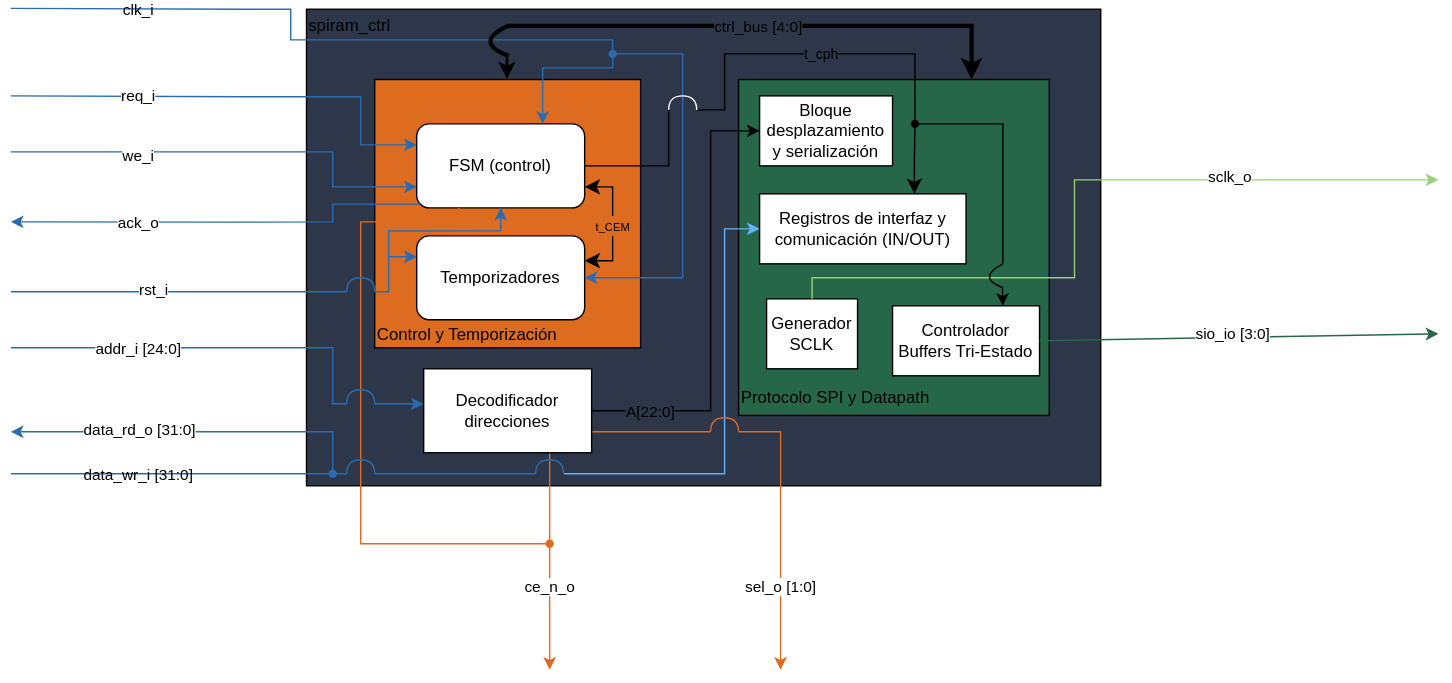
This is Images/Expanded_Box.svg from KUBIX2026/SPI_RAM, a draw.io export, as it was before one commit. Source tidied: cells renumbered, new cells last; positions are measured from the earlier drawing's top-left corner, leaving out a move shared by most shapes.
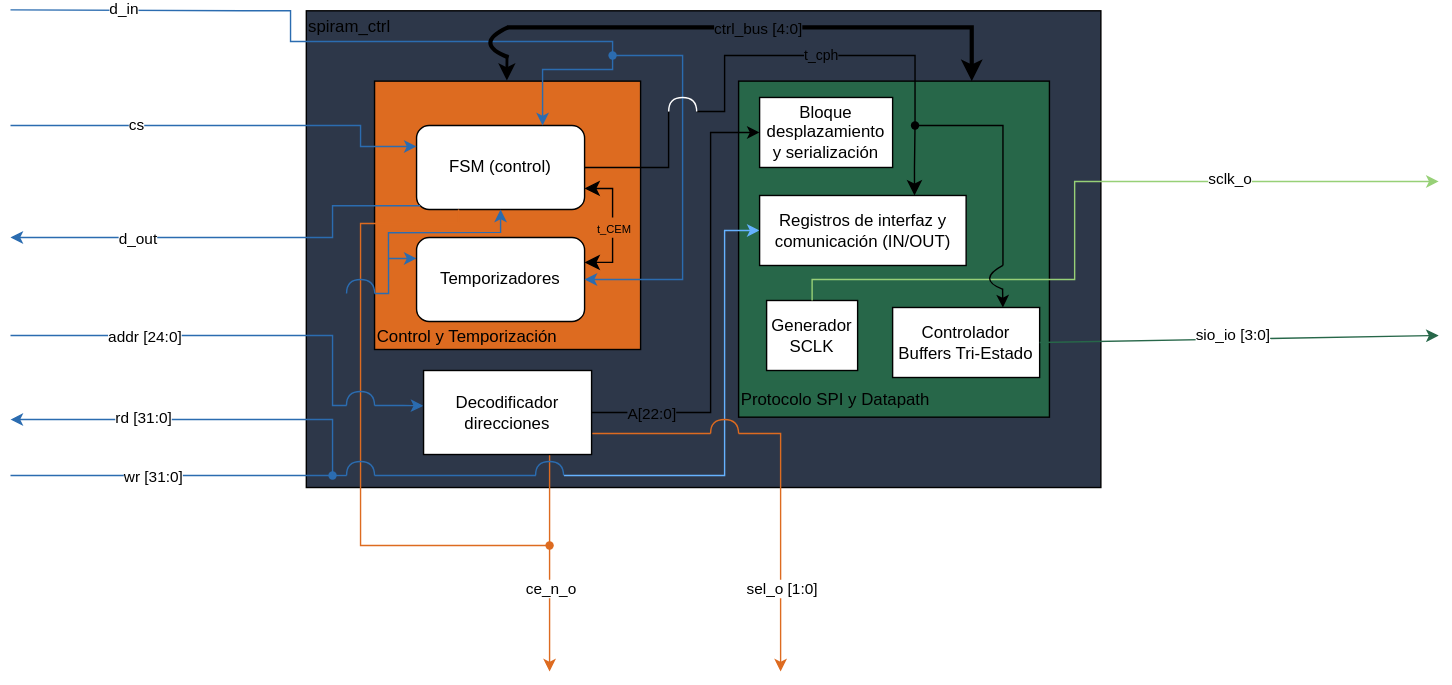
Above is the later version.

Commit message:
Correcting Expanded box diagram

Modified CPU connection lines.

Diff of the diagram source:
```diff
@@ -138,6 +138,9 @@
         </Array>
       </mxGeometry>
     </mxCell>
+    <mxCell id="73" value="d_in" style="edgeLabel;html=1;align=center;verticalAlign=middle;inheritText=1;defaultLabelBackgroundColor=page;" parent="26" vertex="1">
+      <mxGeometry x="0.65" y="-1" relative="1" as="geometry" />
+    </mxCell>
     <mxCell id="27" style="edgeStyle=none;rounded=0;jettySize=auto;html=1;exitX=1;exitY=0.5;exitDx=0;exitDy=0;defaultLabelBackgroundColor=page;strokeColor=light-dark(#2B6CB0,#2B6CB0);endArrow=none;endFill=0;startArrow=classic;startFill=1;" parent="1" edge="1" source="16" target="30">
       <mxGeometry x="-0.01" relative="1" as="geometry">
         <Array as="points">
@@ -147,11 +150,6 @@
         </Array>
       </mxGeometry>
     </mxCell>
-    <mxCell id="28" value="clk_i" style="edgeLabel;html=1;align=center;verticalAlign=middle;inheritText=1;defaultLabelBackgroundColor=page;" parent="27" vertex="1">
-      <mxGeometry x="0.09" y="-2" relative="1" as="geometry">
-        <mxPoint x="-392" y="-110" as="offset" />
-      </mxGeometry>
-    </mxCell>
     <mxCell id="29" style="edgeStyle=none;rounded=0;jettySize=auto;html=1;entryX=0.75;entryY=0;entryDx=0;entryDy=0;defaultLabelBackgroundColor=page;strokeColor=light-dark(#2B6CB0,#2B6CB0);exitX=0.548;exitY=0.584;exitDx=0;exitDy=0;exitPerimeter=0;" parent="1" edge="1" source="30" target="14">
       <mxGeometry x="0.3" relative="1" as="geometry">
         <Array as="points">
@@ -165,46 +163,32 @@
       <mxGeometry x="420" y="23" width="20" height="20" as="geometry" />
     </mxCell>
     <mxCell id="31" style="edgeStyle=none;rounded=0;jettySize=auto;html=1;exitX=0;exitY=0.25;exitDx=0;exitDy=0;defaultLabelBackgroundColor=page;strokeColor=light-dark(#2B6CB0,#2B6CB0);endArrow=none;endFill=0;startArrow=classic;startFill=1;" parent="1" edge="1" source="14">
-      <mxGeometry x="-0.67" relative="1" as="geometry">
-        <mxPoint y="63" as="targetPoint" />
+      <mxGeometry x="-0.65" relative="1" as="geometry">
+        <mxPoint y="83" as="targetPoint" />
         <Array as="points">
           <mxPoint x="250" y="98" />
-          <mxPoint x="250" y="63.7" />
-          <mxPoint x="166.4" y="63.7" />
+          <mxPoint x="250" y="83" />
+          <mxPoint x="160" y="83" />
         </Array>
       </mxGeometry>
     </mxCell>
-    <mxCell id="32" value="req_i" style="edgeLabel;html=1;align=center;verticalAlign=middle;inheritText=1;defaultLabelBackgroundColor=page;" parent="31" vertex="1">
-      <mxGeometry x="0.07" y="1" relative="1" as="geometry">
+    <mxCell id="32" value="cs" style="edgeLabel;html=1;align=center;verticalAlign=middle;inheritText=1;defaultLabelBackgroundColor=page;" parent="31" vertex="1">
+      <mxGeometry x="0.01" y="1" relative="1" as="geometry">
         <mxPoint x="-61" y="-2" as="offset" />
       </mxGeometry>
     </mxCell>
-    <mxCell id="33" style="edgeStyle=none;rounded=0;jettySize=auto;html=1;exitX=0;exitY=0.75;exitDx=0;exitDy=0;defaultLabelBackgroundColor=page;strokeColor=light-dark(#2B6CB0,#2B6CB0);startArrow=classic;startFill=1;endArrow=none;endFill=0;" parent="1" edge="1" source="14">
-      <mxGeometry x="0.78" relative="1" as="geometry">
-        <mxPoint y="103" as="targetPoint" />
-        <Array as="points">
-          <mxPoint x="230" y="128" />
-          <mxPoint x="230" y="103" />
-        </Array>
-      </mxGeometry>
-    </mxCell>
-    <mxCell id="34" value="we_i" style="edgeLabel;html=1;align=center;verticalAlign=middle;inheritText=1;defaultLabelBackgroundColor=page;" parent="33" vertex="1">
-      <mxGeometry x="0.87" y="5" relative="1" as="geometry">
-        <mxPoint x="69" y="-3" as="offset" />
-      </mxGeometry>
-    </mxCell>
     <mxCell id="35" style="edgeStyle=none;rounded=0;jettySize=auto;html=1;exitX=0;exitY=1;exitDx=0;exitDy=0;defaultLabelBackgroundColor=page;strokeColor=light-dark(#2B6CB0,#2B6CB0);" parent="1" edge="1" source="14">
-      <mxGeometry x="0.4" relative="1" as="geometry">
-        <mxPoint y="153" as="targetPoint" />
+      <mxGeometry x="0.42" relative="1" as="geometry">
+        <mxPoint y="163" as="targetPoint" />
         <Array as="points">
           <mxPoint x="230" y="140.4" />
-          <mxPoint x="230" y="153" />
-          <mxPoint x="165.9" y="153.2" />
+          <mxPoint x="230" y="163" />
+          <mxPoint x="160" y="163" />
         </Array>
       </mxGeometry>
     </mxCell>
-    <mxCell id="36" value="ack_o" style="edgeLabel;html=1;align=center;verticalAlign=middle;inheritText=1;defaultLabelBackgroundColor=page;" parent="35" vertex="1">
-      <mxGeometry x="0.53" y="1" relative="1" as="geometry">
+    <mxCell id="36" value="d_out" style="edgeLabel;html=1;align=center;verticalAlign=middle;inheritText=1;defaultLabelBackgroundColor=page;" parent="35" vertex="1">
+      <mxGeometry x="0.55" y="1" relative="1" as="geometry">
         <mxPoint x="19" y="-1" as="offset" />
       </mxGeometry>
     </mxCell>
@@ -241,14 +225,14 @@
     <mxCell id="43" style="edgeStyle=none;rounded=0;orthogonalLoop=1;jettySize=auto;html=1;defaultLabelBackgroundColor=page;strokeColor=light-dark(#2B6CB0,#2B6CB0);endArrow=none;endFill=0;startArrow=none;startFill=0;" parent="1" edge="1">
       <mxGeometry x="0.06" relative="1" as="geometry">
         <mxPoint x="240" y="283" as="sourcePoint" />
-        <mxPoint y="243" as="targetPoint" />
+        <mxPoint y="233" as="targetPoint" />
         <Array as="points">
           <mxPoint x="230" y="283" />
-          <mxPoint x="230" y="243" />
+          <mxPoint x="230" y="233" />
         </Array>
       </mxGeometry>
     </mxCell>
-    <mxCell id="44" value="addr_i [24:0]" style="edgeLabel;html=1;align=center;verticalAlign=middle;inheritText=1;defaultLabelBackgroundColor=page;" parent="43" vertex="1">
+    <mxCell id="44" value="addr [24:0]" style="edgeLabel;html=1;align=center;verticalAlign=middle;inheritText=1;defaultLabelBackgroundColor=page;" parent="43" vertex="1">
       <mxGeometry x="0.09" y="-2" relative="1" as="geometry">
         <mxPoint x="-38" y="2" as="offset" />
       </mxGeometry>
@@ -284,6 +268,9 @@
         </Array>
       </mxGeometry>
     </mxCell>
+    <mxCell id="74" value="wr [31:0]" style="edgeLabel;html=1;align=center;verticalAlign=middle;inheritText=1;defaultLabelBackgroundColor=page;" parent="48" vertex="1">
+      <mxGeometry x="0.12" relative="1" as="geometry" />
+    </mxCell>
     <mxCell id="49" style="curved=1;curveGeometry=1;endArrow=none;html=1;rounded=0;defaultLabelBackgroundColor=page;endFill=0;strokeColor=light-dark(#2B6CB0,#2B6CB0);" parent="1" edge="1">
       <mxGeometry x="-0.02" relative="1" as="geometry">
         <mxPoint x="240" y="333" as="sourcePoint" />
@@ -315,24 +302,18 @@
         <mxPoint x="240" y="333" as="sourcePoint" />
       </mxGeometry>
     </mxCell>
-    <mxCell id="53" value="data_wr_i [31:0]" style="edgeLabel;html=1;align=center;verticalAlign=middle;inheritText=1;defaultLabelBackgroundColor=page;" parent="52" vertex="1">
-      <mxGeometry x="-0.52" y="-3" relative="1" as="geometry">
-        <mxPoint x="-148" y="3" as="offset" />
-      </mxGeometry>
-    </mxCell>
     <mxCell id="54" style="shape=waypoint;sketch=0;fillStyle=solid;size=6;points=[];fillColor=none;perimeter=centerPerimeter;snapToPoint=1;strokeColor=light-dark(#2B6CB0,#2B6CB0);" parent="1" vertex="1">
       <mxGeometry x="220" y="323" width="20" height="20" as="geometry" />
     </mxCell>
     <mxCell id="55" style="edgeStyle=none;rounded=0;jettySize=auto;html=1;defaultLabelBackgroundColor=page;strokeColor=light-dark(#2B6CB0,#2B6CB0);" parent="1" edge="1" source="54">
       <mxGeometry x="0.25" relative="1" as="geometry">
-        <mxPoint y="303" as="targetPoint" />
+        <mxPoint y="293" as="targetPoint" />
         <Array as="points">
-          <mxPoint x="230" y="303" />
-          <mxPoint x="110" y="303" />
+          <mxPoint x="230" y="293" />
         </Array>
       </mxGeometry>
     </mxCell>
-    <mxCell id="56" value="data_rd_o [31:0]" style="edgeLabel;html=1;align=center;verticalAlign=middle;inheritText=1;defaultLabelBackgroundColor=page;strokeColor=none;" parent="55" vertex="1">
+    <mxCell id="56" value="rd [31:0]" style="edgeLabel;html=1;align=center;verticalAlign=middle;inheritText=1;defaultLabelBackgroundColor=page;strokeColor=none;" parent="55" vertex="1">
       <mxGeometry x="0.31" y="-2" relative="1" as="geometry">
         <mxPoint x="1" as="offset" />
       </mxGeometry>
@@ -384,17 +365,6 @@
         </Array>
       </mxGeometry>
     </mxCell>
-    <mxCell id="63" style="edgeStyle=none;rounded=0;orthogonalLoop=1;jettySize=auto;html=1;defaultLabelBackgroundColor=page;strokeColor=light-dark(#2B6CB0,#2B6CB0);endArrow=none;endFill=0;startArrow=none;startFill=0;" parent="1" edge="1">
-      <mxGeometry relative="1" as="geometry">
-        <mxPoint x="240" y="203" as="sourcePoint" />
-        <mxPoint y="203" as="targetPoint" />
-      </mxGeometry>
-    </mxCell>
-    <mxCell id="64" value="rst_i" style="edgeLabel;html=1;align=center;verticalAlign=middle;inheritText=1;defaultLabelBackgroundColor=page;" parent="63" vertex="1">
-      <mxGeometry x="0.15" y="-1" relative="1" as="geometry">
-        <mxPoint x="1" y="-1" as="offset" />
-      </mxGeometry>
-    </mxCell>
     <mxCell id="65" style="endArrow=classic;html=1;rounded=0;defaultLabelBackgroundColor=page;entryX=0.5;entryY=1;entryDx=0;entryDy=0;endFill=1;strokeColor=light-dark(#2B6CB0,#2B6CB0);" parent="1" edge="1" target="14">
       <mxGeometry x="0.07" relative="1" as="geometry">
         <mxPoint x="260" y="203" as="sourcePoint" />
```
